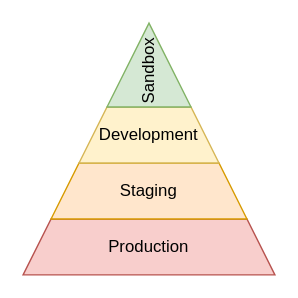
danielloader/kubernetes-sdlc keeps this draw.io diagram as docs/images/change-cost.drawio.svg. Above is the earlier version. Source tidied: cells renumbered, new cells last; positions are measured from the earlier drawing's top-left corner, leaving out a move shared by most shapes. Source of this version:
```xml
<mxGraphModel background="#ffffff">
  <root>
    <mxCell id="0" />
    <mxCell id="1" parent="0" />
    <mxCell id="2" style="group;" parent="1" vertex="1">
      <mxGeometry width="180" height="180" as="geometry" />
    </mxCell>
    <mxCell id="3" value="Production" style="shape=trapezoid;perimeter=trapezoidPerimeter;whiteSpace=wrap;html=1;fixedSize=1;fillColor=#f8cecc;strokeColor=#b85450;" parent="2" vertex="1">
      <mxGeometry y="140" width="180" height="40" as="geometry" />
    </mxCell>
    <mxCell id="4" value="Staging" style="shape=trapezoid;perimeter=trapezoidPerimeter;whiteSpace=wrap;html=1;fixedSize=1;fillColor=#ffe6cc;strokeColor=#d79b00;" parent="2" vertex="1">
      <mxGeometry x="20" y="100" width="140" height="40" as="geometry" />
    </mxCell>
    <mxCell id="5" value="Development" style="shape=trapezoid;perimeter=trapezoidPerimeter;whiteSpace=wrap;html=1;fixedSize=1;fillColor=#fff2cc;strokeColor=#d6b656;" parent="2" vertex="1">
      <mxGeometry x="40" y="60" width="100" height="40" as="geometry" />
    </mxCell>
    <mxCell id="6" value="Sandbox" style="triangle;whiteSpace=wrap;html=1;rotation=-90;align=left;fillColor=#d5e8d4;strokeColor=#82b366;" parent="2" vertex="1">
      <mxGeometry x="60" width="60" height="60" as="geometry" />
    </mxCell>
  </root>
</mxGraphModel>
```
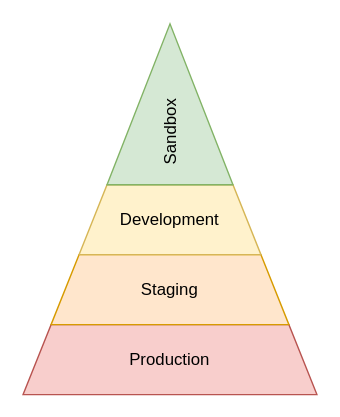
Above is the later version.

The edit, as a diff of the source:
```diff
@@ -2,20 +2,17 @@
   <root>
     <mxCell id="0" />
     <mxCell id="1" parent="0" />
-    <mxCell id="2" style="group;" parent="1" vertex="1">
-      <mxGeometry width="180" height="180" as="geometry" />
-    </mxCell>
-    <mxCell id="3" value="Production" style="shape=trapezoid;perimeter=trapezoidPerimeter;whiteSpace=wrap;html=1;fixedSize=1;fillColor=#f8cecc;strokeColor=#b85450;" parent="2" vertex="1">
-      <mxGeometry y="140" width="180" height="40" as="geometry" />
+    <mxCell id="3" value="Production" style="shape=trapezoid;perimeter=trapezoidPerimeter;whiteSpace=wrap;html=1;fixedSize=1;fillColor=#f8cecc;strokeColor=#b85450;" parent="1" vertex="1">
+      <mxGeometry x="-110" y="112.5" width="210" height="50" as="geometry" />
     </mxCell>
-    <mxCell id="4" value="Staging" style="shape=trapezoid;perimeter=trapezoidPerimeter;whiteSpace=wrap;html=1;fixedSize=1;fillColor=#ffe6cc;strokeColor=#d79b00;" parent="2" vertex="1">
-      <mxGeometry x="20" y="100" width="140" height="40" as="geometry" />
+    <mxCell id="4" value="Staging" style="shape=trapezoid;perimeter=trapezoidPerimeter;whiteSpace=wrap;html=1;fixedSize=1;fillColor=#ffe6cc;strokeColor=#d79b00;" parent="1" vertex="1">
+      <mxGeometry x="-90" y="62.5" width="170" height="50" as="geometry" />
     </mxCell>
-    <mxCell id="5" value="Development" style="shape=trapezoid;perimeter=trapezoidPerimeter;whiteSpace=wrap;html=1;fixedSize=1;fillColor=#fff2cc;strokeColor=#d6b656;" parent="2" vertex="1">
-      <mxGeometry x="40" y="60" width="100" height="40" as="geometry" />
+    <mxCell id="5" value="Development" style="shape=trapezoid;perimeter=trapezoidPerimeter;whiteSpace=wrap;html=1;fixedSize=1;fillColor=#fff2cc;strokeColor=#d6b656;" parent="1" vertex="1">
+      <mxGeometry x="-70" y="12.5" width="130" height="50" as="geometry" />
     </mxCell>
-    <mxCell id="6" value="Sandbox" style="triangle;whiteSpace=wrap;html=1;rotation=-90;align=left;fillColor=#d5e8d4;strokeColor=#82b366;" parent="2" vertex="1">
-      <mxGeometry x="60" width="60" height="60" as="geometry" />
+    <mxCell id="6" value="Sandbox" style="triangle;whiteSpace=wrap;html=1;rotation=-90;align=left;fillColor=#d5e8d4;strokeColor=#82b366;spacingLeft=12;" parent="1" vertex="1">
+      <mxGeometry x="-62.5" y="-90" width="115" height="90" as="geometry" />
     </mxCell>
   </root>
 </mxGraphModel>
```
